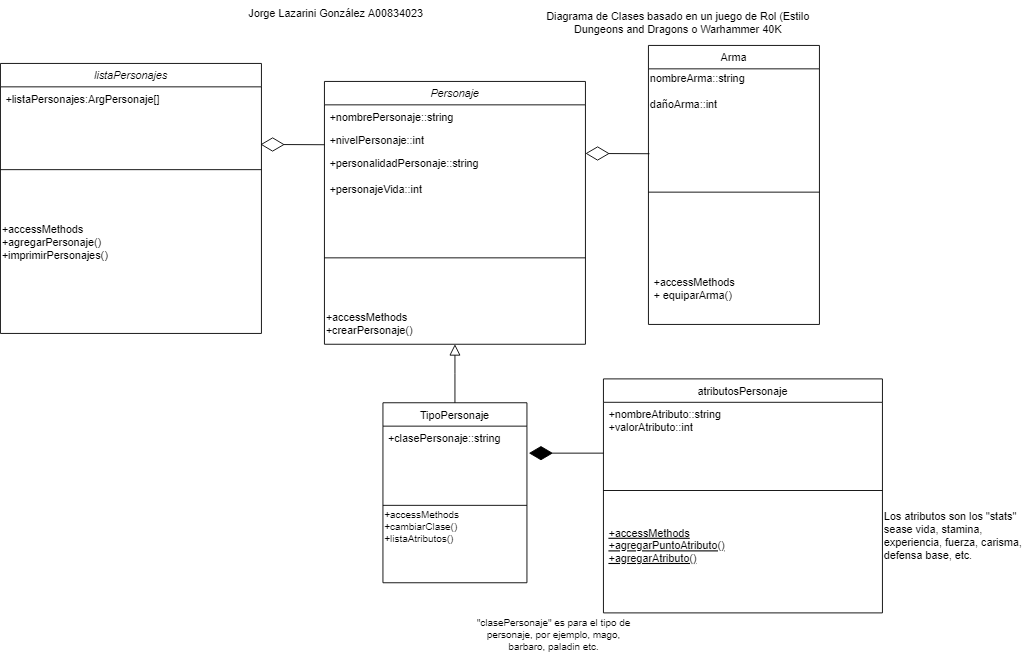
Before: Untitled Diagram.drawio.png, a diagram exported from draw.io (VotelessCows/ProyectoIntegrador). Source tidied: cells renumbered, new cells last; positions are measured from the earlier drawing's top-left corner, leaving out a move shared by most shapes.
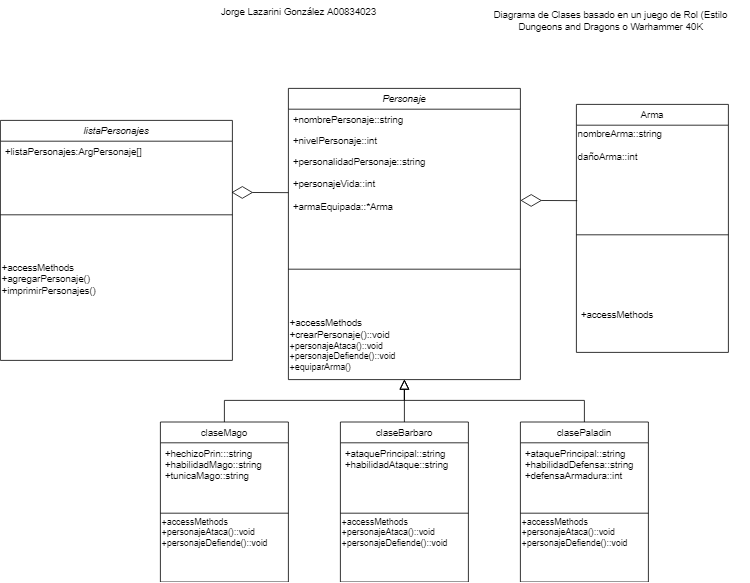
After the change.

Diff of the diagram source:
```diff
@@ -3,7 +3,7 @@
     <mxCell id="0" />
     <mxCell id="1" parent="0" />
     <mxCell id="2" value="Personaje" style="swimlane;fontStyle=2;align=center;verticalAlign=top;horizontal=1;startSize=26;rounded=0;shadow=0;strokeWidth=1;" parent="1" vertex="1">
-      <mxGeometry x="360" y="90" width="290" height="292" as="geometry" />
+      <mxGeometry x="360" y="30" width="290" height="364" as="geometry" />
     </mxCell>
     <mxCell id="3" value="+nombrePersonaje::string" style="text;align=left;verticalAlign=top;spacingLeft=4;spacingRight=4;overflow=hidden;" parent="2" vertex="1">
       <mxGeometry y="26" width="290" height="26" as="geometry" />
@@ -11,32 +11,32 @@
     <mxCell id="4" value="+nivelPersonaje::int" style="text;align=left;verticalAlign=top;spacingLeft=4;spacingRight=4;overflow=hidden;rounded=0;shadow=0;html=0;" parent="2" vertex="1">
       <mxGeometry y="52" width="290" height="26" as="geometry" />
     </mxCell>
-    <mxCell id="5" value="+personalidadPersonaje::string&#10;&#10;+personajeVida::int&#10;&#10;&#10;&#10;&#10;" style="text;align=left;verticalAlign=top;spacingLeft=4;spacingRight=4;overflow=hidden;rounded=0;shadow=0;html=0;" parent="2" vertex="1">
-      <mxGeometry y="78" width="290" height="52" as="geometry" />
+    <mxCell id="5" value="+personalidadPersonaje::string&#10;&#10;+personajeVida::int&#10;&#10;+armaEquipada::*Arma&#10;&#10;&#10;&#10;&#10;" style="text;align=left;verticalAlign=top;spacingLeft=4;spacingRight=4;overflow=hidden;rounded=0;shadow=0;html=0;" parent="2" vertex="1">
+      <mxGeometry y="78" width="290" height="82" as="geometry" />
     </mxCell>
     <mxCell id="6" style="line;html=1;strokeWidth=1;align=left;verticalAlign=middle;spacingTop=-1;spacingLeft=3;spacingRight=3;labelPosition=right;" parent="2" vertex="1">
-      <mxGeometry y="130" width="290" height="132" as="geometry" />
+      <mxGeometry y="160" width="290" height="132" as="geometry" />
     </mxCell>
-    <mxCell id="7" value="&lt;span style=&quot;font-size: 12px;&quot;&gt;+accessMethods&lt;br&gt;+crearPersonaje()&lt;/span&gt;&lt;br style=&quot;padding: 0px; margin: 0px; font-size: 12px;&quot;&gt;&lt;span style=&quot;font-size: 12px;&quot;&gt;&lt;br&gt;&lt;/span&gt;" style="text;html=1;strokeColor=none;fillColor=none;align=left;verticalAlign=middle;whiteSpace=wrap;rounded=0;fontSize=11;" parent="2" vertex="1">
-      <mxGeometry y="262" width="290" height="30" as="geometry" />
+    <mxCell id="7" value="&lt;span style=&quot;font-size: 12px;&quot;&gt;+accessMethods&lt;br&gt;+crearPersonaje()::void&lt;br&gt;&lt;/span&gt;+personajeAtaca()::void&lt;br&gt;+personajeDefiende()::void&lt;br&gt;+equiparArma()&lt;br style=&quot;padding: 0px; margin: 0px; font-size: 12px;&quot;&gt;&lt;span style=&quot;font-size: 12px;&quot;&gt;&lt;br&gt;&lt;/span&gt;" style="text;html=1;strokeColor=none;fillColor=none;align=left;verticalAlign=middle;whiteSpace=wrap;rounded=0;fontSize=11;" parent="2" vertex="1">
+      <mxGeometry y="292" width="290" height="72" as="geometry" />
     </mxCell>
-    <mxCell id="8" value="TipoPersonaje" style="swimlane;fontStyle=0;align=center;verticalAlign=top;horizontal=1;startSize=26;rounded=0;shadow=0;strokeWidth=1;" parent="1" vertex="1">
+    <mxCell id="8" value="claseBarbaro" style="swimlane;fontStyle=0;align=center;verticalAlign=top;horizontal=1;startSize=26;rounded=0;shadow=0;strokeWidth=1;" parent="1" vertex="1">
       <mxGeometry x="425" y="447" width="160" height="200" as="geometry" />
     </mxCell>
-    <mxCell id="9" value="+clasePersonaje::string&#10;" style="text;align=left;verticalAlign=top;spacingLeft=4;spacingRight=4;overflow=hidden;" parent="8" vertex="1">
+    <mxCell id="9" value="+ataquePrincipal::string&#10;+habilidadAtaque::string&#10;" style="text;align=left;verticalAlign=top;spacingLeft=4;spacingRight=4;overflow=hidden;" parent="8" vertex="1">
       <mxGeometry y="26" width="160" height="84" as="geometry" />
     </mxCell>
     <mxCell id="10" style="line;html=1;strokeWidth=1;align=left;verticalAlign=middle;spacingTop=-1;spacingLeft=3;spacingRight=3;labelPosition=right;" parent="8" vertex="1">
       <mxGeometry y="110" width="160" height="8" as="geometry" />
     </mxCell>
-    <mxCell id="11" value="+accessMethods&lt;br&gt;+cambiarClase()&lt;br&gt;+listaAtributos()" style="text;html=1;align=left;verticalAlign=middle;strokeColor=none;fillColor=none;fontSize=11;" parent="8" vertex="1">
+    <mxCell id="11" value="+accessMethods&lt;br&gt;+personajeAtaca()::void&lt;br&gt;+personajeDefiende()::void" style="text;html=1;align=left;verticalAlign=middle;strokeColor=none;fillColor=none;fontSize=11;" parent="8" vertex="1">
       <mxGeometry y="118" width="160" height="40" as="geometry" />
     </mxCell>
     <mxCell id="12" style="endArrow=block;endSize=10;endFill=0;shadow=0;strokeWidth=1;rounded=0;edgeStyle=elbowEdgeStyle;elbow=vertical;" parent="1" edge="1" source="8" target="2">
       <mxGeometry relative="1" as="geometry" />
     </mxCell>
     <mxCell id="13" value="Diagrama de Clases basado en un juego de Rol (Estilo Dungeons and Dragons o Warhammer 40K" style="text;html=1;strokeColor=none;fillColor=none;align=center;verticalAlign=middle;whiteSpace=wrap;rounded=0;" parent="1" vertex="1">
-      <mxGeometry x="580" y="10" width="346" height="30" as="geometry" />
+      <mxGeometry x="590" y="-70" width="346" height="30" as="geometry" />
     </mxCell>
     <mxCell id="14" style="endArrow=diamondThin;endFill=0;endSize=24;html=1;rounded=0;exitX=0.006;exitY=0.033;exitDx=0;exitDy=0;exitPerimeter=0;" parent="1" edge="1">
       <mxGeometry relative="1" as="geometry">
@@ -44,24 +44,6 @@
         <mxPoint x="650" y="170" as="targetPoint" />
       </mxGeometry>
     </mxCell>
-    <mxCell id="15" style="endArrow=diamondThin;endFill=1;endSize=24;html=1;rounded=0;entryX=1.013;entryY=0.154;entryDx=0;entryDy=0;entryPerimeter=0;" parent="1" edge="1">
-      <mxGeometry relative="1" as="geometry">
-        <mxPoint x="670" y="503" as="sourcePoint" />
-        <mxPoint x="587.1" y="503" as="targetPoint" />
-      </mxGeometry>
-    </mxCell>
-    <mxCell id="16" value="atributosPersonaje" style="swimlane;fontStyle=0;align=center;verticalAlign=top;horizontal=1;startSize=26;rounded=0;shadow=0;strokeWidth=1;" parent="1" vertex="1">
-      <mxGeometry x="670" y="420.5" width="310" height="260" as="geometry" />
-    </mxCell>
-    <mxCell id="17" value="+nombreAtributo::string&#10;+valorAtributo::int&#10;" style="text;align=left;verticalAlign=top;spacingLeft=4;spacingRight=4;overflow=hidden;rounded=0;shadow=0;html=0;" parent="16" vertex="1">
-      <mxGeometry y="26" width="310" height="64" as="geometry" />
-    </mxCell>
-    <mxCell id="18" style="line;html=1;strokeWidth=1;align=left;verticalAlign=middle;spacingTop=-1;spacingLeft=3;spacingRight=3;labelPosition=right;" parent="16" vertex="1">
-      <mxGeometry y="90" width="310" height="68" as="geometry" />
-    </mxCell>
-    <mxCell id="19" value="+accessMethods&#10;+agregarPuntoAtributo()&#10;+agregarAtributo()" style="text;align=left;verticalAlign=top;spacingLeft=4;spacingRight=4;overflow=hidden;fontStyle=4;" parent="16" vertex="1">
-      <mxGeometry y="158" width="310" height="102" as="geometry" />
-    </mxCell>
     <mxCell id="20" value="Arma" style="swimlane;fontStyle=0;align=center;verticalAlign=top;horizontal=1;startSize=26;" parent="1" vertex="1">
       <mxGeometry x="720" y="50" width="190" height="310" as="geometry" />
     </mxCell>
@@ -71,15 +53,9 @@
     <mxCell id="22" style="line;strokeWidth=1;fillColor=none;align=left;verticalAlign=middle;spacingTop=-1;spacingLeft=3;spacingRight=3;labelPosition=right;" parent="20" vertex="1">
       <mxGeometry y="76" width="190" height="174" as="geometry" />
     </mxCell>
-    <mxCell id="23" value="+accessMethods&#10;+ equiparArma()" style="text;strokeColor=none;fillColor=none;align=left;verticalAlign=top;spacingLeft=4;spacingRight=4;overflow=hidden;" parent="20" vertex="1">
+    <mxCell id="23" value="+accessMethods&#10;" style="text;strokeColor=none;fillColor=none;align=left;verticalAlign=top;spacingLeft=4;spacingRight=4;overflow=hidden;" parent="20" vertex="1">
       <mxGeometry y="250" width="190" height="60" as="geometry" />
     </mxCell>
-    <mxCell id="24" value="&quot;clasePersonaje&quot; es para el tipo de personaje, por ejemplo, mago, barbaro, paladin etc." style="text;html=1;strokeColor=none;fillColor=none;align=center;verticalAlign=middle;whiteSpace=wrap;rounded=0;fontSize=11;" parent="1" vertex="1">
-      <mxGeometry x="520" y="690" width="190" height="30" as="geometry" />
-    </mxCell>
-    <mxCell id="25" value="&lt;span style=&quot;font-size: 12px;&quot;&gt;Los atributos son los &quot;stats&quot; sease vida, stamina, experiencia, fuerza, carisma, defensa base, etc.&lt;/span&gt;" style="text;whiteSpace=wrap;html=1;fontSize=11;" parent="1" vertex="1">
-      <mxGeometry x="980" y="560" width="160" height="50" as="geometry" />
-    </mxCell>
     <mxCell id="26" style="endArrow=diamondThin;endFill=0;endSize=24;html=1;rounded=0;exitX=0.006;exitY=0.033;exitDx=0;exitDy=0;exitPerimeter=0;" parent="1" edge="1">
       <mxGeometry relative="1" as="geometry">
         <mxPoint x="360" y="160.3" as="sourcePoint" />
@@ -99,7 +75,45 @@
       <mxGeometry y="184" width="290" height="30" as="geometry" />
     </mxCell>
     <mxCell id="31" value="Jorge Lazarini González A00834023" style="text;html=1;strokeColor=none;fillColor=none;align=center;verticalAlign=middle;whiteSpace=wrap;rounded=0;" parent="1" vertex="1">
-      <mxGeometry x="200" width="346" height="30" as="geometry" />
+      <mxGeometry x="200" y="-80" width="346" height="30" as="geometry" />
     </mxCell>
+    <mxCell id="32" value="clasePaladin" style="swimlane;fontStyle=0;align=center;verticalAlign=top;horizontal=1;startSize=26;rounded=0;shadow=0;strokeWidth=1;" parent="1" vertex="1">
+      <mxGeometry x="650" y="447" width="160" height="200" as="geometry" />
+    </mxCell>
+    <mxCell id="33" value="+ataquePrincipal::string&#10;+habilidadDefensa::string&#10;+defensaArmadura::int" style="text;align=left;verticalAlign=top;spacingLeft=4;spacingRight=4;overflow=hidden;" parent="32" vertex="1">
+      <mxGeometry y="26" width="160" height="84" as="geometry" />
+    </mxCell>
+    <mxCell id="34" style="line;html=1;strokeWidth=1;align=left;verticalAlign=middle;spacingTop=-1;spacingLeft=3;spacingRight=3;labelPosition=right;" parent="32" vertex="1">
+      <mxGeometry y="110" width="160" height="8" as="geometry" />
+    </mxCell>
+    <mxCell id="35" value="+accessMethods&lt;br&gt;+personajeAtaca()::void&lt;br&gt;+personajeDefiende()::void" style="text;html=1;align=left;verticalAlign=middle;strokeColor=none;fillColor=none;fontSize=11;" parent="32" vertex="1">
+      <mxGeometry y="118" width="160" height="40" as="geometry" />
+    </mxCell>
+    <mxCell id="36" style="endArrow=block;endSize=10;endFill=0;shadow=0;strokeWidth=1;rounded=0;edgeStyle=elbowEdgeStyle;elbow=vertical;entryX=0.5;entryY=1;entryDx=0;entryDy=0;" parent="1" edge="1" source="32" target="7">
+      <mxGeometry relative="1" as="geometry">
+        <Array as="points">
+          <mxPoint x="570" y="420" />
+        </Array>
+      </mxGeometry>
+    </mxCell>
+    <mxCell id="37" value="claseMago" style="swimlane;fontStyle=0;align=center;verticalAlign=top;horizontal=1;startSize=26;rounded=0;shadow=0;strokeWidth=1;" parent="1" vertex="1">
+      <mxGeometry x="200" y="447" width="160" height="200" as="geometry" />
+    </mxCell>
+    <mxCell id="38" value="+hechizoPrin:::string&#10;+habilidadMago::string&#10;+tunicaMago::string" style="text;align=left;verticalAlign=top;spacingLeft=4;spacingRight=4;overflow=hidden;" parent="37" vertex="1">
+      <mxGeometry y="26" width="160" height="84" as="geometry" />
+    </mxCell>
+    <mxCell id="39" style="line;html=1;strokeWidth=1;align=left;verticalAlign=middle;spacingTop=-1;spacingLeft=3;spacingRight=3;labelPosition=right;" parent="37" vertex="1">
+      <mxGeometry y="110" width="160" height="8" as="geometry" />
+    </mxCell>
+    <mxCell id="40" value="+accessMethods&lt;br&gt;+personajeAtaca()::void&lt;br&gt;+personajeDefiende()::void" style="text;html=1;align=left;verticalAlign=middle;strokeColor=none;fillColor=none;fontSize=11;" parent="37" vertex="1">
+      <mxGeometry y="118" width="160" height="40" as="geometry" />
+    </mxCell>
+    <mxCell id="41" style="endArrow=block;endSize=10;endFill=0;shadow=0;strokeWidth=1;rounded=0;edgeStyle=elbowEdgeStyle;elbow=vertical;entryX=0.5;entryY=1;entryDx=0;entryDy=0;" parent="1" edge="1" source="37" target="7">
+      <mxGeometry relative="1" as="geometry">
+        <Array as="points">
+          <mxPoint x="450" y="420" />
+        </Array>
+      </mxGeometry>
+    </mxCell>
   </root>
 </mxGraphModel>
```
